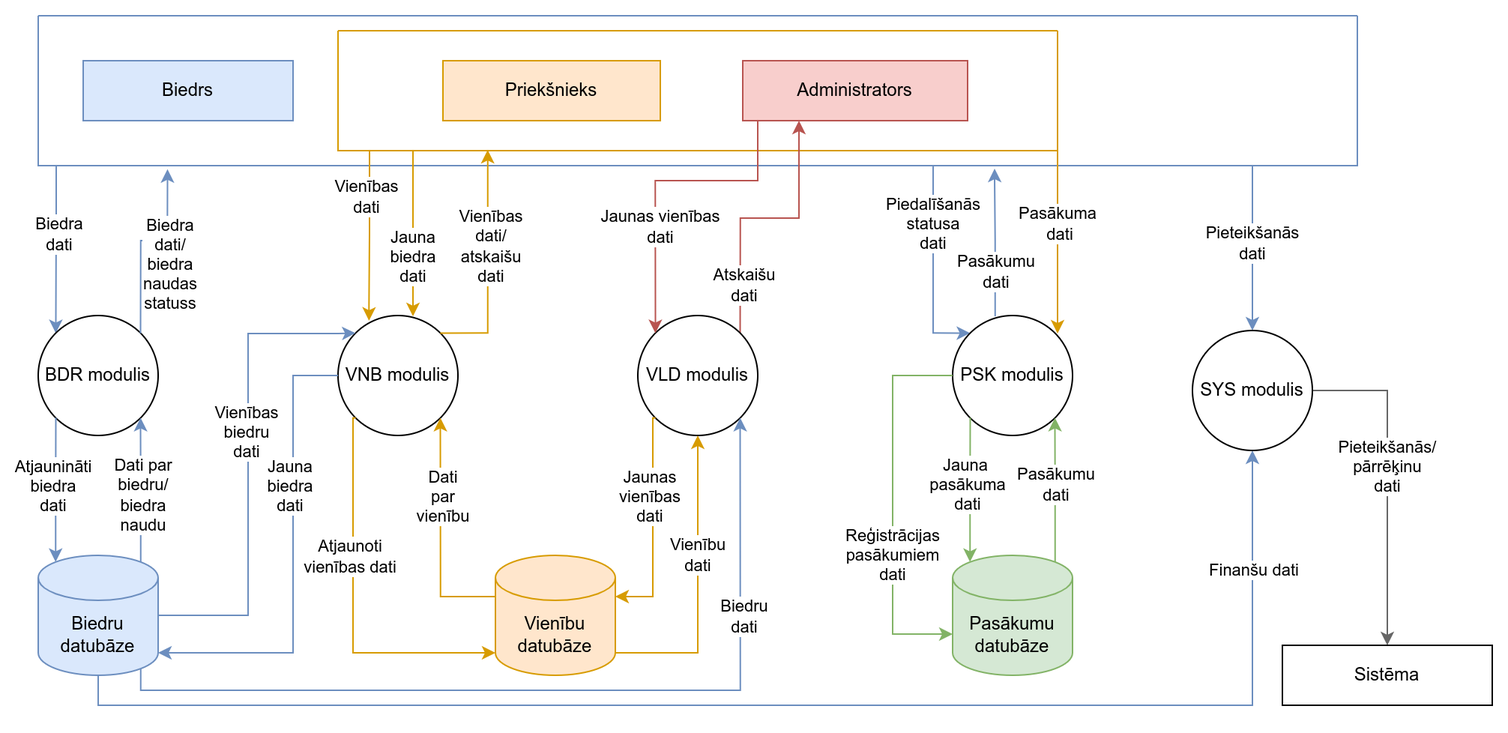
This is Documentation/1_limena_dpd.png from JekabsVanags/LSGCO_IS, a draw.io export, as it was before one commit. Source tidied: cells renumbered, new cells last; positions are measured from the earlier drawing's top-left corner, leaving out a move shared by most shapes.
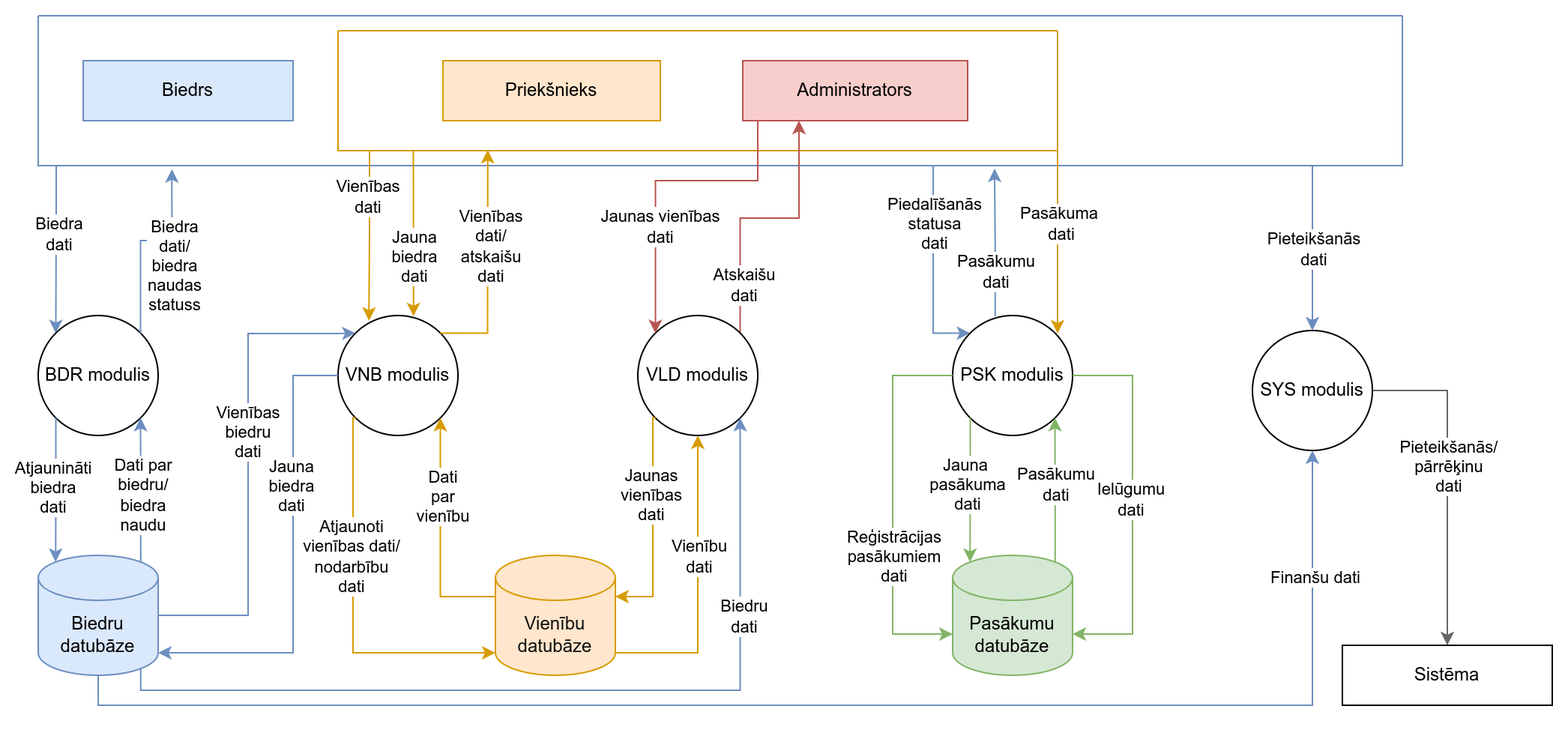
The same diagram one commit later.

What changed in the source:
```diff
@@ -28,7 +28,7 @@
     <mxCell id="6" style="edgeStyle=orthogonalEdgeStyle;rounded=0;jettySize=auto;html=1;exitX=1;exitY=1;exitDx=0;exitDy=0;entryX=0.5;entryY=0;entryDx=0;entryDy=0;fillColor=#dae8fc;strokeColor=#6c8ebf;" parent="1" edge="1" source="8" target="64">
       <mxGeometry relative="1" as="geometry">
         <Array as="points">
-          <mxPoint x="810" y="100" />
+          <mxPoint x="850" y="100" />
         </Array>
       </mxGeometry>
     </mxCell>
@@ -36,7 +36,7 @@
       <mxGeometry x="0.36" relative="1" as="geometry" />
     </mxCell>
     <mxCell id="8" style="swimlane;startSize=0;fillColor=#dae8fc;strokeColor=#6c8ebf;" parent="1" vertex="1">
-      <mxGeometry width="880" height="100" as="geometry" />
+      <mxGeometry width="910" height="100" as="geometry" />
     </mxCell>
     <mxCell id="9" value="Biedrs" style="rounded=0;whiteSpace=wrap;html=1;fillColor=#dae8fc;strokeColor=#6c8ebf;" parent="8" vertex="1">
       <mxGeometry x="30" y="30" width="140" height="40" as="geometry" />
@@ -126,7 +126,7 @@
         <mxPoint x="2" y="29" as="offset" />
       </mxGeometry>
     </mxCell>
-    <mxCell id="32" value="Vienību&lt;br&gt;datubāze" style="shape=cylinder3;whiteSpace=wrap;html=1;boundedLbl=1;backgroundOutline=1;size=15;fillColor=#ffe6cc;strokeColor=#d79b00;" parent="1" vertex="1">
+    <mxCell id="32" value="&lt;font color=&quot;#0f0f0f&quot;&gt;Vienību&lt;br&gt;datubāze&lt;/font&gt;" style="shape=cylinder3;whiteSpace=wrap;html=1;boundedLbl=1;backgroundOutline=1;size=15;fillColor=#ffe6cc;strokeColor=#d79b00;" parent="1" vertex="1">
       <mxGeometry x="305" y="360" width="80" height="80" as="geometry" />
     </mxCell>
     <mxCell id="33" style="edgeStyle=orthogonalEdgeStyle;rounded=0;jettySize=auto;html=1;exitX=0.855;exitY=0;exitDx=0;exitDy=4.35;exitPerimeter=0;entryX=1;entryY=1;entryDx=0;entryDy=0;fillColor=#d5e8d4;strokeColor=#82b366;" parent="1" edge="1" source="35" target="18">
@@ -177,7 +177,7 @@
         </Array>
       </mxGeometry>
     </mxCell>
-    <mxCell id="43" value="Atjaunoti &lt;br&gt;vienības dati" style="edgeLabel;html=1;align=center;verticalAlign=middle;" parent="42" vertex="1">
+    <mxCell id="43" value="Atjaunoti &lt;br&gt;vienības dati/&lt;br&gt;nodarbību &lt;br&gt;dati" style="edgeLabel;html=1;align=center;verticalAlign=middle;" parent="42" vertex="1">
       <mxGeometry x="-0.26" y="-2" relative="1" as="geometry" />
     </mxCell>
     <mxCell id="44" style="edgeStyle=orthogonalEdgeStyle;rounded=0;jettySize=auto;html=1;exitX=0;exitY=0.5;exitDx=0;exitDy=0;entryX=1;entryY=1;entryDx=0;entryDy=-15;entryPerimeter=0;fillColor=#dae8fc;strokeColor=#6c8ebf;" parent="1" edge="1" source="14" target="27">
@@ -298,10 +298,21 @@
       </mxGeometry>
     </mxCell>
     <mxCell id="64" value="SYS modulis" style="ellipse;whiteSpace=wrap;html=1;" parent="1" vertex="1">
-      <mxGeometry x="770" y="210" width="80" height="80" as="geometry" />
+      <mxGeometry x="810" y="210" width="80" height="80" as="geometry" />
     </mxCell>
     <mxCell id="65" value="Sistēma" style="rounded=0;whiteSpace=wrap;html=1;" parent="1" vertex="1">
-      <mxGeometry x="830" y="420" width="140" height="40" as="geometry" />
+      <mxGeometry x="870" y="420" width="140" height="40" as="geometry" />
     </mxCell>
+    <mxCell id="66" style="edgeStyle=orthogonalEdgeStyle;rounded=0;jettySize=auto;html=1;exitX=1;exitY=0.5;exitDx=0;exitDy=0;entryX=1;entryY=0;entryDx=0;entryDy=52.5;entryPerimeter=0;fillColor=#d5e8d4;strokeColor=#82b366;" parent="1" edge="1" source="18" target="35">
+      <mxGeometry relative="1" as="geometry">
+        <Array as="points">
+          <mxPoint x="730" y="240" />
+          <mxPoint x="730" y="413" />
+        </Array>
+      </mxGeometry>
+    </mxCell>
+    <mxCell id="67" value="Ielūgumu&lt;br&gt;dati" style="edgeLabel;html=1;align=center;verticalAlign=middle;" parent="66" vertex="1">
+      <mxGeometry x="-0.03" y="-2" relative="1" as="geometry" />
+    </mxCell>
   </root>
 </mxGraphModel>
```
